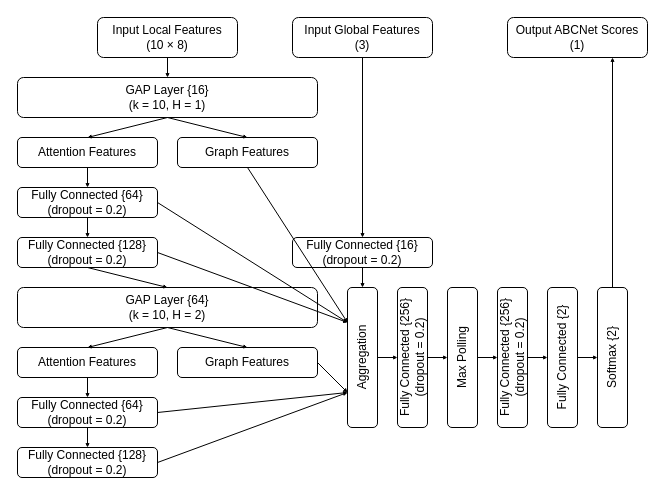
Above: ABCNet.drawio in lyazj/tmp (draw.io), before the change. Source tidied: cells renumbered, new cells numbered last; positions are measured from the earlier drawing's top-left corner, leaving out a move shared by most shapes. Both pictures are drawn from the tidied source at 100%, with x=0, y=0 at pixel (17, 17).
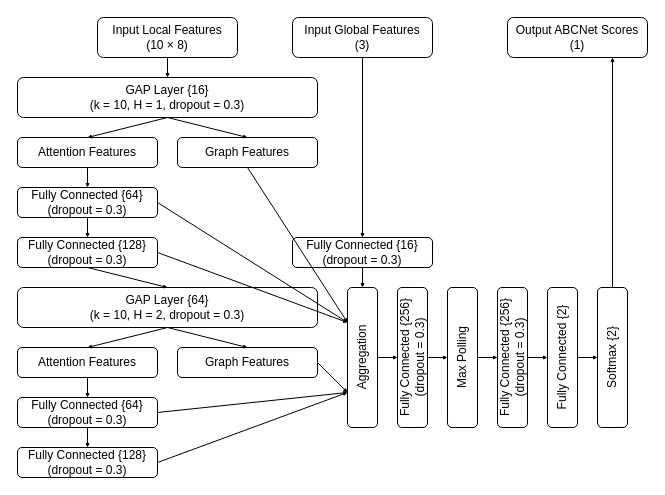
Above is the later version.

The edit, as a diff of the source:
```diff
@@
-    <mxCell id="3" value="&lt;div&gt;GAP Layer {16}&lt;/div&gt;&lt;div&gt;(k = 10, H = 1)&lt;br&gt;&lt;/div&gt;" style="rounded=1;whiteSpace=wrap;html=1;fontFamily=Arial;" parent="1" vertex="1">
+    <mxCell id="3" value="&lt;div&gt;GAP Layer {16}&lt;/div&gt;&lt;div&gt;(k = 10, H = 1, dropout = 0.3)&lt;br&gt;&lt;/div&gt;" style="rounded=1;whiteSpace=wrap;html=1;fontFamily=Arial;" parent="1" vertex="1">
       <mxGeometry y="60" width="300" height="40" as="geometry" />
     </mxCell>
@@
-    <mxCell id="8" value="&lt;div&gt;Fully Connected {64}&lt;/div&gt;(dropout = 0.2)" style="rounded=1;whiteSpace=wrap;html=1;fontFamily=Arial;" parent="1" vertex="1">
+    <mxCell id="8" value="&lt;div&gt;Fully Connected {64}&lt;/div&gt;(dropout = 0.3)" style="rounded=1;whiteSpace=wrap;html=1;fontFamily=Arial;" parent="1" vertex="1">
       <mxGeometry y="170" width="140" height="30" as="geometry" />
     </mxCell>
@@
-    <mxCell id="11" value="&lt;div&gt;Fully Connected {128}&lt;/div&gt;(dropout = 0.2)" style="rounded=1;whiteSpace=wrap;html=1;fontFamily=Arial;" parent="1" vertex="1">
+    <mxCell id="11" value="&lt;div&gt;Fully Connected {128}&lt;/div&gt;(dropout = 0.3)" style="rounded=1;whiteSpace=wrap;html=1;fontFamily=Arial;" parent="1" vertex="1">
       <mxGeometry y="220" width="140" height="30" as="geometry" />
     </mxCell>
@@
-    <mxCell id="13" value="&lt;div&gt;GAP Layer {64}&lt;/div&gt;&lt;div&gt;(k = 10, H = 2)&lt;br&gt;&lt;/div&gt;" style="rounded=1;whiteSpace=wrap;html=1;fontFamily=Arial;" parent="1" vertex="1">
+    <mxCell id="13" value="&lt;div&gt;GAP Layer {64}&lt;/div&gt;&lt;div&gt;(k = 10, H = 2, dropout = 0.3)&lt;br&gt;&lt;/div&gt;" style="rounded=1;whiteSpace=wrap;html=1;fontFamily=Arial;" parent="1" vertex="1">
       <mxGeometry y="270" width="300" height="40" as="geometry" />
     </mxCell>
@@
-    <mxCell id="18" value="&lt;div&gt;Fully Connected {64}&lt;/div&gt;(dropout = 0.2)" style="rounded=1;whiteSpace=wrap;html=1;fontFamily=Arial;" parent="1" vertex="1">
+    <mxCell id="18" value="&lt;div&gt;Fully Connected {64}&lt;/div&gt;(dropout = 0.3)" style="rounded=1;whiteSpace=wrap;html=1;fontFamily=Arial;" parent="1" vertex="1">
       <mxGeometry y="380" width="140" height="30" as="geometry" />
     </mxCell>
@@
-    <mxCell id="20" value="&lt;div&gt;Fully Connected {128}&lt;/div&gt;(dropout = 0.2)" style="rounded=1;whiteSpace=wrap;html=1;fontFamily=Arial;" parent="1" vertex="1">
+    <mxCell id="20" value="&lt;div&gt;Fully Connected {128}&lt;/div&gt;(dropout = 0.3)" style="rounded=1;whiteSpace=wrap;html=1;fontFamily=Arial;" parent="1" vertex="1">
       <mxGeometry y="430" width="140" height="30" as="geometry" />
     </mxCell>
@@
-    <mxCell id="30" value="&lt;div&gt;Fully Connected {16}&lt;/div&gt;(dropout = 0.2)" style="rounded=1;whiteSpace=wrap;html=1;fontFamily=Arial;" parent="1" vertex="1">
+    <mxCell id="30" value="&lt;div&gt;Fully Connected {16}&lt;/div&gt;(dropout = 0.3)" style="rounded=1;whiteSpace=wrap;html=1;fontFamily=Arial;" parent="1" vertex="1">
       <mxGeometry x="275" y="220" width="140" height="30" as="geometry" />
     </mxCell>
@@
-    <mxCell id="34" value="&lt;div&gt;Fully Connected {256}&lt;/div&gt;(dropout = 0.2)" style="rounded=1;whiteSpace=wrap;html=1;horizontal=0;fontFamily=Arial;" parent="1" vertex="1">
+    <mxCell id="34" value="&lt;div&gt;Fully Connected {256}&lt;/div&gt;(dropout = 0.3)" style="rounded=1;whiteSpace=wrap;html=1;horizontal=0;fontFamily=Arial;" parent="1" vertex="1">
       <mxGeometry x="380" y="270" width="30" height="140" as="geometry" />
     </mxCell>
@@
-    <mxCell id="36" value="&lt;div&gt;Fully Connected {256}&lt;/div&gt;(dropout = 0.2)" style="rounded=1;whiteSpace=wrap;html=1;horizontal=0;fontFamily=Arial;" parent="1" vertex="1">
+    <mxCell id="36" value="&lt;div&gt;Fully Connected {256}&lt;/div&gt;(dropout = 0.3)" style="rounded=1;whiteSpace=wrap;html=1;horizontal=0;fontFamily=Arial;" parent="1" vertex="1">
       <mxGeometry x="480" y="270" width="30" height="140" as="geometry" />
     </mxCell>
```
